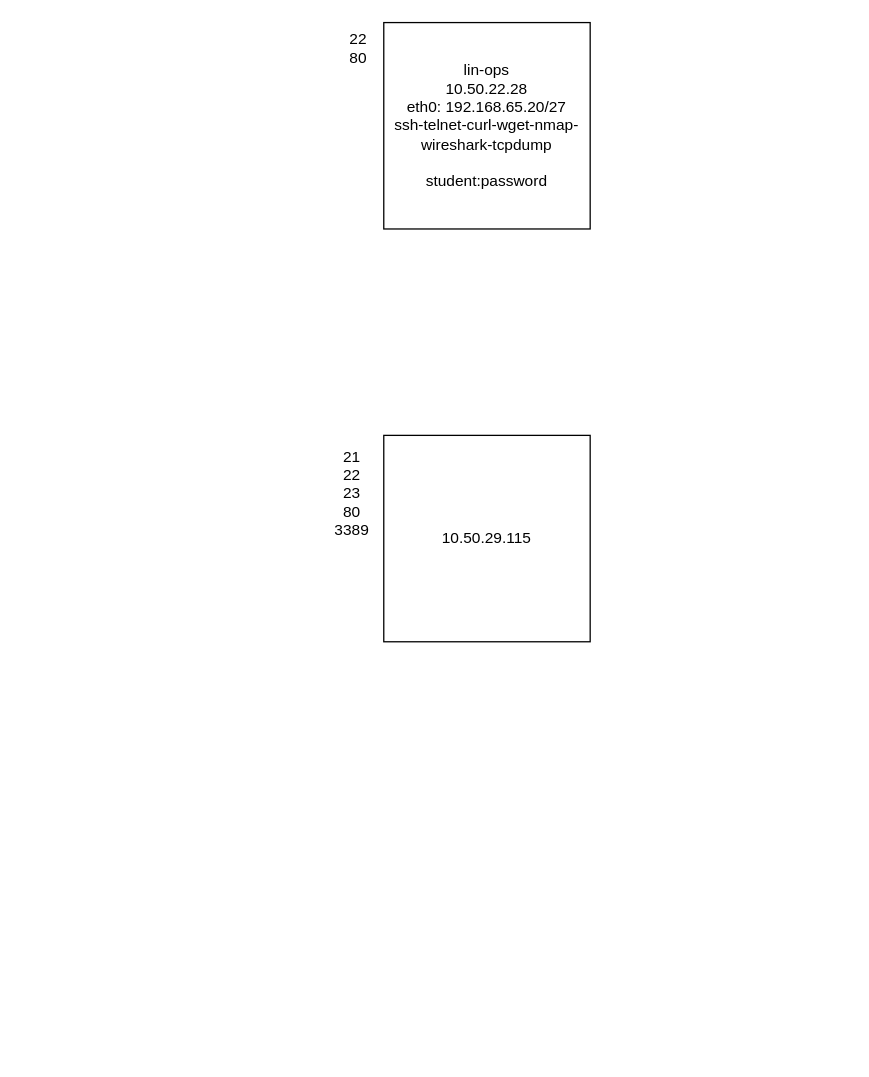
This is page "Page-2" (2 of 2) of Security/Greenberg/Untitled Diagram.drawio from TheWaltuh/COSC-Notes, a draw.io file, before an edit. Source tidied: cells renumbered, new cells numbered last; positions are measured from the earlier drawing's top-left corner, leaving out a move shared by most shapes. Both pictures are drawn from the tidied source at 129%, with x=0, y=0 at pixel (319, 22).
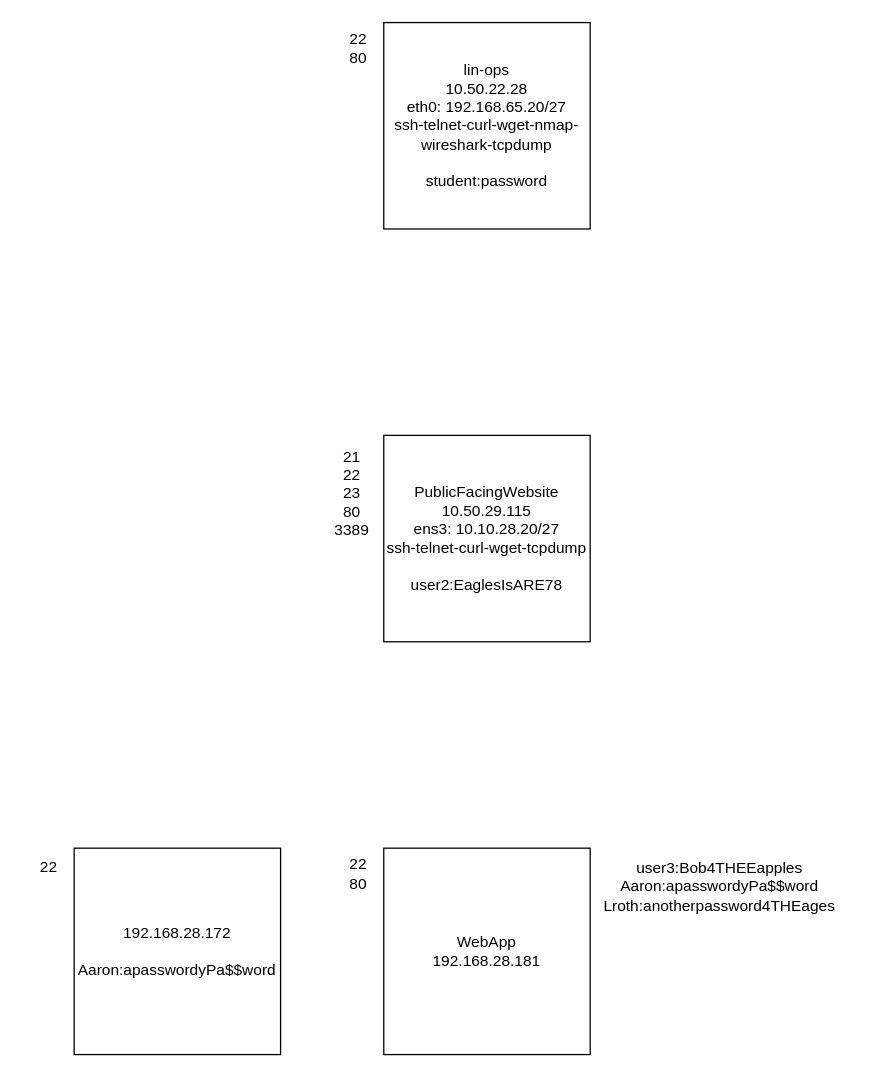
The same page after the edit.

Diff of the diagram source:
```diff
@@
 <mxGraphModel>
   <root>
     <mxCell id="0" />
     <mxCell id="1" parent="0" />
     <mxCell id="2" value="&lt;div&gt;lin-ops&lt;/div&gt;&lt;div&gt;10.50.22.28&lt;/div&gt;&lt;div&gt;eth0: 192.168.65.20/27&lt;/div&gt;&lt;div&gt;ssh-telnet-curl-wget-nmap-wireshark-tcpdump&lt;/div&gt;&lt;div&gt;&lt;br&gt;&lt;/div&gt;&lt;div&gt;student:password&lt;br&gt;&lt;/div&gt;" style="whiteSpace=wrap;html=1;" parent="1" vertex="1">
       <mxGeometry x="50" width="160" height="160" as="geometry" />
     </mxCell>
     <mxCell id="3" value="&lt;div&gt;22&lt;/div&gt;&lt;div&gt;80&lt;br&gt;&lt;/div&gt;" style="text;html=1;align=center;verticalAlign=middle;strokeColor=none;fillColor=none;" parent="1" vertex="1">
       <mxGeometry x="10" width="40" height="40" as="geometry" />
     </mxCell>
-    <mxCell id="4" value="10.50.29.115" style="whiteSpace=wrap;html=1;" parent="1" vertex="1">
+    <mxCell id="4" value="&lt;div&gt;PublicFacingWebsite&lt;br&gt;&lt;/div&gt;&lt;div&gt;10.50.29.115&lt;/div&gt;&lt;div&gt;ens3: 10.10.28.20/27&lt;/div&gt;&lt;div&gt;ssh-telnet-curl-wget-tcpdump &lt;br&gt;&lt;/div&gt;&lt;div&gt;&lt;br&gt;&lt;/div&gt;&lt;div&gt;user2:EaglesIsARE78&lt;br&gt;&lt;/div&gt;" style="whiteSpace=wrap;html=1;" parent="1" vertex="1">
       <mxGeometry x="50" y="320" width="160" height="160" as="geometry" />
     </mxCell>
     <mxCell id="5" value="&lt;div&gt;21&lt;/div&gt;&lt;div&gt;22&lt;/div&gt;&lt;div&gt;23&lt;/div&gt;&lt;div&gt;80&lt;/div&gt;&lt;div&gt;3389&lt;br&gt;&lt;/div&gt;" style="text;html=1;align=center;verticalAlign=middle;strokeColor=none;fillColor=none;" parent="1" vertex="1">
       <mxGeometry y="320" width="50" height="90" as="geometry" />
     </mxCell>
+    <mxCell id="6" value="&lt;div&gt;WebApp&lt;/div&gt;&lt;div&gt;192.168.28.181&lt;br&gt;&lt;/div&gt;" style="whiteSpace=wrap;html=1;" parent="1" vertex="1">
+      <mxGeometry x="50" y="640" width="160" height="160" as="geometry" />
+    </mxCell>
+    <mxCell id="7" value="&lt;div&gt;22&lt;/div&gt;&lt;div&gt;80&lt;br&gt;&lt;/div&gt;" style="text;html=1;align=center;verticalAlign=middle;strokeColor=none;fillColor=none;" parent="1" vertex="1">
+      <mxGeometry x="10" y="640" width="40" height="40" as="geometry" />
+    </mxCell>
+    <mxCell id="8" value="&lt;div&gt;user3:Bob4THEEapples&lt;/div&gt;&lt;div&gt;Aaron:apasswordyPa$$word&lt;/div&gt;&lt;div&gt;Lroth:anotherpassword4THEages&lt;/div&gt;" style="text;html=1;align=center;verticalAlign=middle;strokeColor=none;fillColor=none;" parent="1" vertex="1">
+      <mxGeometry x="210" y="640" width="200" height="60" as="geometry" />
+    </mxCell>
+    <mxCell id="9" value="&lt;div&gt;192.168.28.172&lt;/div&gt;&lt;div&gt;&lt;br&gt;&lt;/div&gt;&lt;div&gt;Aaron:apasswordyPa$$word&lt;/div&gt;" style="whiteSpace=wrap;html=1;" parent="1" vertex="1">
+      <mxGeometry x="-190" y="640" width="160" height="160" as="geometry" />
+    </mxCell>
+    <mxCell id="10" value="22" style="text;html=1;align=center;verticalAlign=middle;strokeColor=none;fillColor=none;" parent="1" vertex="1">
+      <mxGeometry x="-230" y="640" width="40" height="30" as="geometry" />
+    </mxCell>
   </root>
 </mxGraphModel>
```
